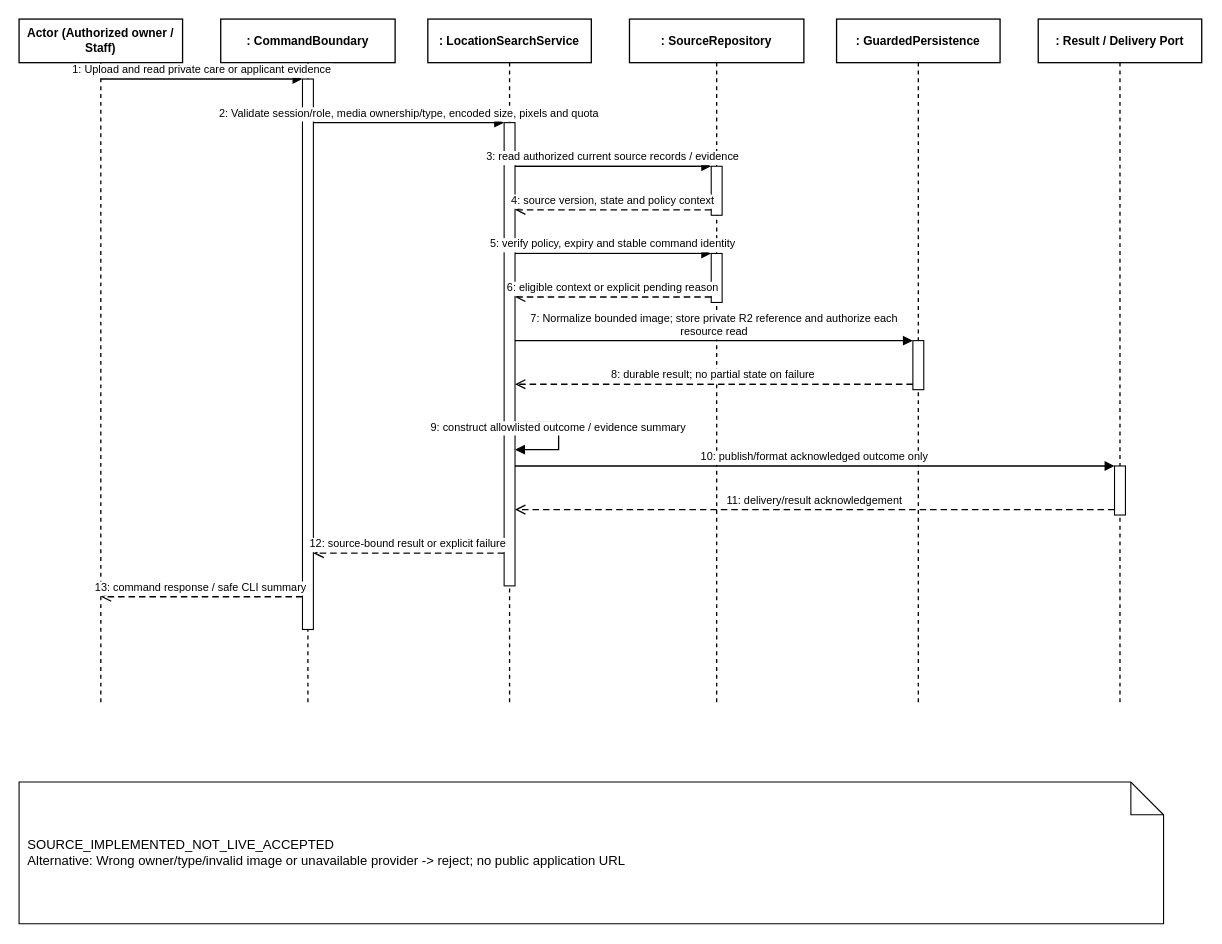
Above: doc/reports/report4/sequence/media-01.drawio in ngocthanhhx7/SEP490_G101_FALL2026 (draw.io), before the change. Source tidied: cells renumbered, new cells numbered last; positions are measured from the earlier drawing's top-left corner, leaving out a move shared by most shapes. Both pictures are drawn from the tidied source at 109%, with x=0, y=0 at pixel (19, 19).
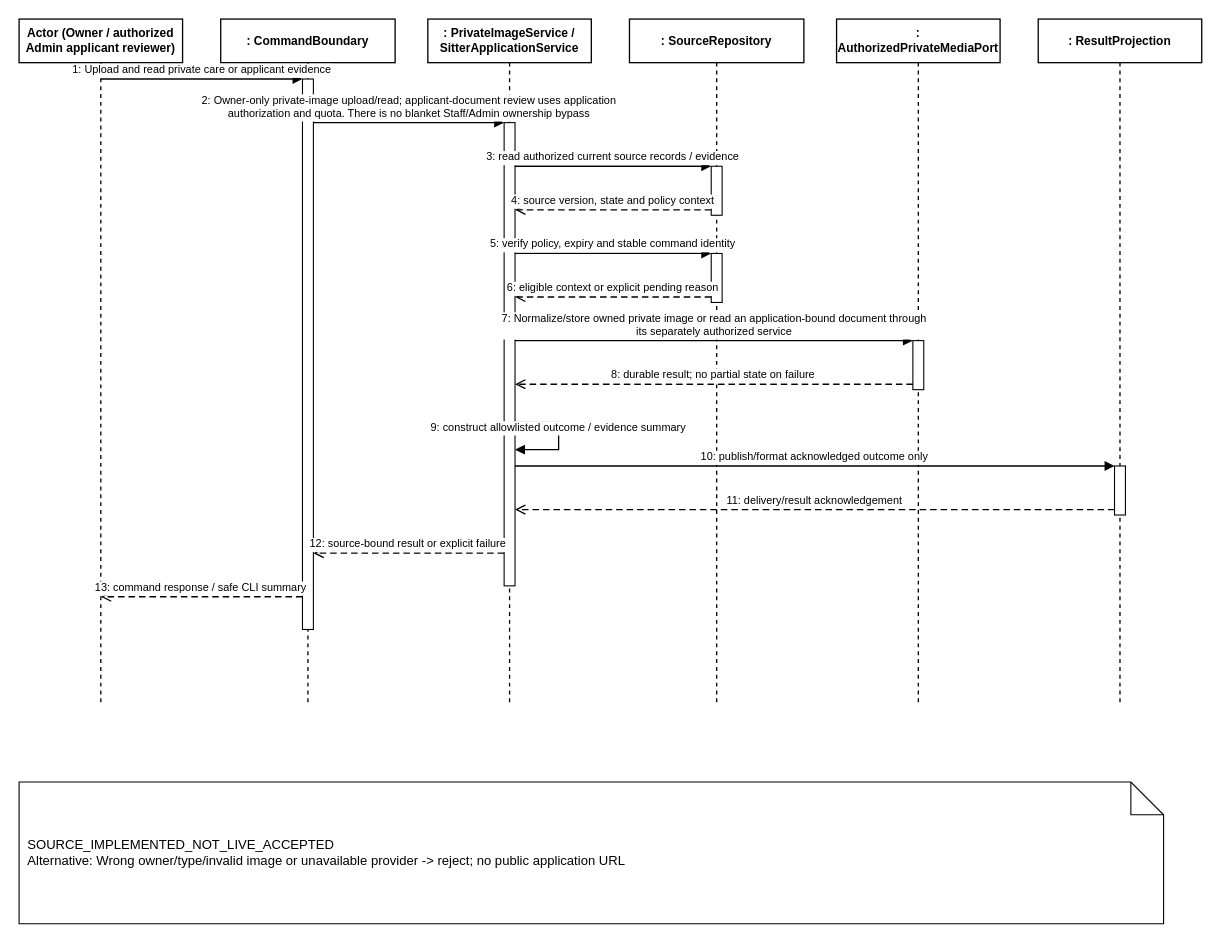
Above is the later version.

What changed in the source:
```diff
@@
-    <mxCell id="2" value="Actor (Authorized owner / Staff)" style="shape=umlLifeline;perimeter=lifelinePerimeter;whiteSpace=wrap;html=0;size=40;fillColor=#FFFFFF;strokeColor=#000000;strokeWidth=1.2;fontStyle=1;fontSize=11;align=center;" parent="1" vertex="1">
+    <mxCell id="2" value="Actor (Owner / authorized Admin applicant reviewer)" style="shape=umlLifeline;perimeter=lifelinePerimeter;whiteSpace=wrap;html=0;size=40;fillColor=#FFFFFF;strokeColor=#000000;strokeWidth=1.2;fontStyle=1;fontSize=11;align=center;" parent="1" vertex="1">
       <mxGeometry width="150" height="630" as="geometry" />
     </mxCell>
@@
-    <mxCell id="4" value=": LocationSearchService" style="shape=umlLifeline;perimeter=lifelinePerimeter;whiteSpace=wrap;html=0;size=40;fillColor=#FFFFFF;strokeColor=#000000;strokeWidth=1.2;fontStyle=1;fontSize=11;align=center;" parent="1" vertex="1">
+    <mxCell id="4" value=": PrivateImageService /&#10;SitterApplicationService" style="shape=umlLifeline;perimeter=lifelinePerimeter;whiteSpace=wrap;html=0;size=40;fillColor=#FFFFFF;strokeColor=#000000;strokeWidth=1.2;fontStyle=1;fontSize=11;align=center;" parent="1" vertex="1">
       <mxGeometry x="375" width="150" height="630" as="geometry" />
     </mxCell>
@@
-    <mxCell id="6" value=": GuardedPersistence" style="shape=umlLifeline;perimeter=lifelinePerimeter;whiteSpace=wrap;html=0;size=40;fillColor=#FFFFFF;strokeColor=#000000;strokeWidth=1.2;fontStyle=1;fontSize=11;align=center;" parent="1" vertex="1">
+    <mxCell id="6" value=": AuthorizedPrivateMediaPort" style="shape=umlLifeline;perimeter=lifelinePerimeter;whiteSpace=wrap;html=0;size=40;fillColor=#FFFFFF;strokeColor=#000000;strokeWidth=1.2;fontStyle=1;fontSize=11;align=center;" parent="1" vertex="1">
       <mxGeometry x="750" width="150" height="630" as="geometry" />
     </mxCell>
-    <mxCell id="7" value=": Result / Delivery Port" style="shape=umlLifeline;perimeter=lifelinePerimeter;whiteSpace=wrap;html=0;size=40;fillColor=#FFFFFF;strokeColor=#000000;strokeWidth=1.2;fontStyle=1;fontSize=11;align=center;" parent="1" vertex="1">
+    <mxCell id="7" value=": ResultProjection" style="shape=umlLifeline;perimeter=lifelinePerimeter;whiteSpace=wrap;html=0;size=40;fillColor=#FFFFFF;strokeColor=#000000;strokeWidth=1.2;fontStyle=1;fontSize=11;align=center;" parent="1" vertex="1">
       <mxGeometry x="935" width="150" height="630" as="geometry" />
     </mxCell>
@@
-    <mxCell id="15" value="2: Validate session/role, media ownership/type, encoded size, pixels and quota" style="html=0;verticalAlign=bottom;endArrow=block;endFill=1;strokeColor=#000000;strokeWidth=1.2;fontSize=10;fontColor=#000000;edgeStyle=orthogonalEdgeStyle;rounded=0;" parent="1" edge="1">
+    <mxCell id="15" value="2: Owner-only private-image upload/read; applicant-document review uses application&#10;authorization and quota. There is no blanket Staff/Admin ownership bypass" style="html=0;verticalAlign=bottom;endArrow=block;endFill=1;strokeColor=#000000;strokeWidth=1.2;fontSize=10;fontColor=#000000;edgeStyle=orthogonalEdgeStyle;rounded=0;" parent="1" edge="1">
       <mxGeometry relative="1" as="geometry">
         <mxPoint x="270" y="95" as="sourcePoint" />
         <mxPoint x="445" y="95" as="targetPoint" />
       </mxGeometry>
     </mxCell>
@@
-    <mxCell id="20" value="7: Normalize bounded image; store private R2 reference and authorize each&#10;resource read" style="html=0;verticalAlign=bottom;endArrow=block;endFill=1;strokeColor=#000000;strokeWidth=1.2;fontSize=10;fontColor=#000000;edgeStyle=orthogonalEdgeStyle;rounded=0;" parent="1" edge="1">
+    <mxCell id="20" value="7: Normalize/store owned private image or read an application-bound document through&#10;its separately authorized service" style="html=0;verticalAlign=bottom;endArrow=block;endFill=1;strokeColor=#000000;strokeWidth=1.2;fontSize=10;fontColor=#000000;edgeStyle=orthogonalEdgeStyle;rounded=0;" parent="1" edge="1">
       <mxGeometry relative="1" as="geometry">
         <mxPoint x="455" y="295" as="sourcePoint" />
         <mxPoint x="820" y="295" as="targetPoint" />
       </mxGeometry>
     </mxCell>
```
